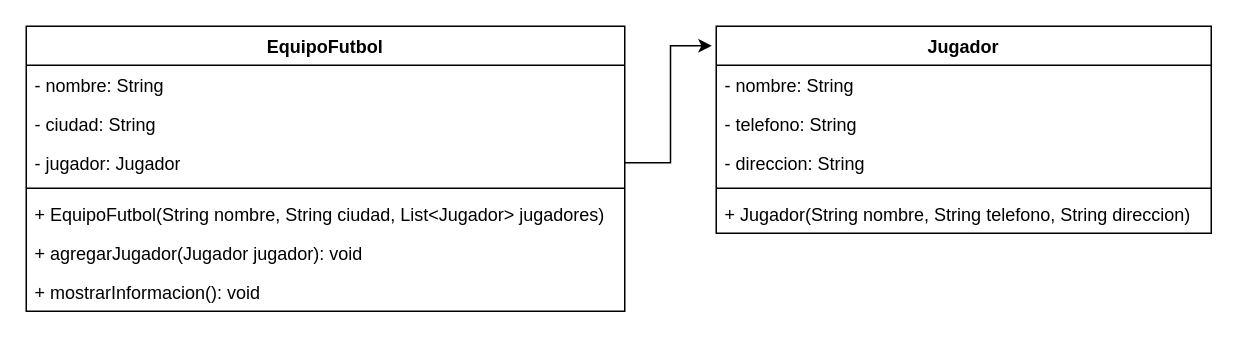
Earlier version of the draw.io diagram src/taller_uno/uml/ejercicio2.drawio (daesvi/Java-Poo). Source tidied: cells renumbered, new cells numbered last; positions are measured from the earlier drawing's top-left corner, leaving out a move shared by most shapes. Both pictures are drawn from the tidied source at 150%, with x=0, y=0 at pixel (26, 26).
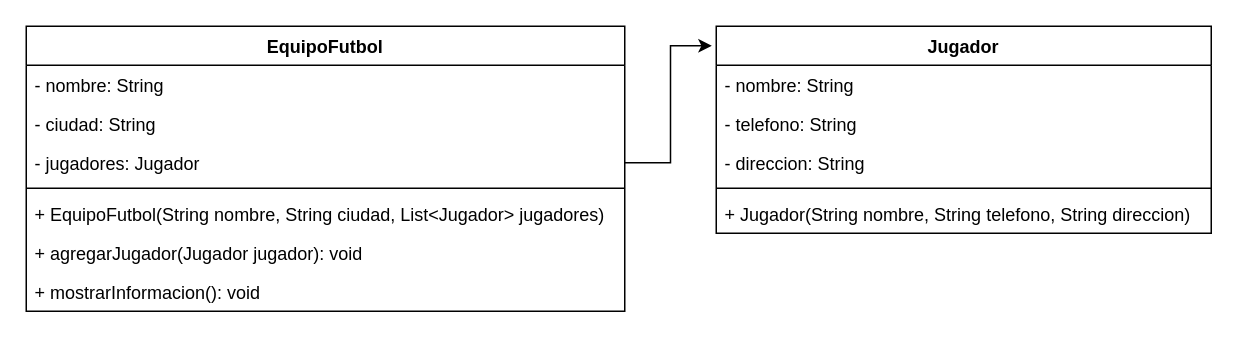
The same page after the edit.

Commit message (it also covers changes not shown here):
Diagrama UML del punto 2 (Equipo de futbol)

Diff of the diagram source:
```diff
@@
 <mxGraphModel>
   <root>
     <mxCell id="0" />
     <mxCell id="1" parent="0" />
     <mxCell id="2" value="EquipoFutbol" style="swimlane;fontStyle=1;align=center;verticalAlign=top;horizontal=1;startSize=26;whiteSpace=wrap;html=1;" parent="1" vertex="1">
       <mxGeometry width="399" height="190" as="geometry" />
     </mxCell>
     <mxCell id="3" value="- nombre: String" style="text;strokeColor=none;fillColor=none;align=left;verticalAlign=top;spacingLeft=4;spacingRight=4;overflow=hidden;whiteSpace=wrap;html=1;" parent="2" vertex="1">
       <mxGeometry y="26" width="399" height="26" as="geometry" />
     </mxCell>
     <mxCell id="4" value="- ciudad: String" style="text;strokeColor=none;fillColor=none;align=left;verticalAlign=top;spacingLeft=4;spacingRight=4;overflow=hidden;whiteSpace=wrap;html=1;" parent="2" vertex="1">
       <mxGeometry y="52" width="399" height="26" as="geometry" />
     </mxCell>
-    <mxCell id="5" value="- jugador: Jugador" style="text;strokeColor=none;fillColor=none;align=left;verticalAlign=top;spacingLeft=4;spacingRight=4;overflow=hidden;points=[[0,0.5],[1,0.5]];portConstraint=eastwest;whiteSpace=wrap;html=1;" parent="2" vertex="1">
+    <mxCell id="5" value="- jugadores: Jugador" style="text;strokeColor=none;fillColor=none;align=left;verticalAlign=top;spacingLeft=4;spacingRight=4;overflow=hidden;points=[[0,0.5],[1,0.5]];portConstraint=eastwest;whiteSpace=wrap;html=1;" parent="2" vertex="1">
       <mxGeometry y="78" width="399" height="26" as="geometry" />
     </mxCell>
     <mxCell id="6" style="line;strokeWidth=1;fillColor=none;align=left;verticalAlign=middle;spacingTop=-1;spacingLeft=3;spacingRight=3;labelPosition=right;strokeColor=inherit;" parent="2" vertex="1">
       <mxGeometry y="104" width="399" height="8" as="geometry" />
     </mxCell>
     <mxCell id="7" value="+ EquipoFutbol(String nombre, String ciudad, List&amp;lt;Jugador&amp;gt; jugadores)" style="text;strokeColor=none;fillColor=none;align=left;verticalAlign=top;spacingLeft=4;spacingRight=4;overflow=hidden;whiteSpace=wrap;html=1;" parent="2" vertex="1">
       <mxGeometry y="112" width="399" height="26" as="geometry" />
     </mxCell>
     <mxCell id="8" value="+ agregarJugador(Jugador jugador): void" style="text;strokeColor=none;fillColor=none;align=left;verticalAlign=top;spacingLeft=4;spacingRight=4;overflow=hidden;whiteSpace=wrap;html=1;" parent="2" vertex="1">
       <mxGeometry y="138" width="399" height="26" as="geometry" />
     </mxCell>
     <mxCell id="9" value="+ mostrarInformacion(): void" style="text;strokeColor=none;fillColor=none;align=left;verticalAlign=top;spacingLeft=4;spacingRight=4;overflow=hidden;whiteSpace=wrap;html=1;" parent="2" vertex="1">
       <mxGeometry y="164" width="399" height="26" as="geometry" />
     </mxCell>
     <mxCell id="10" value="Jugador" style="swimlane;fontStyle=1;align=center;verticalAlign=top;horizontal=1;startSize=26;whiteSpace=wrap;html=1;" parent="1" vertex="1">
       <mxGeometry x="460" width="330" height="138" as="geometry" />
     </mxCell>
     <mxCell id="11" value="- nombre: String" style="text;strokeColor=none;fillColor=none;align=left;verticalAlign=top;spacingLeft=4;spacingRight=4;overflow=hidden;whiteSpace=wrap;html=1;" parent="10" vertex="1">
       <mxGeometry y="26" width="330" height="26" as="geometry" />
     </mxCell>
     <mxCell id="12" value="- telefono: String" style="text;strokeColor=none;fillColor=none;align=left;verticalAlign=top;spacingLeft=4;spacingRight=4;overflow=hidden;whiteSpace=wrap;html=1;" parent="10" vertex="1">
       <mxGeometry y="52" width="330" height="26" as="geometry" />
     </mxCell>
     <mxCell id="13" value="- direccion: String" style="text;strokeColor=none;fillColor=none;align=left;verticalAlign=top;spacingLeft=4;spacingRight=4;overflow=hidden;whiteSpace=wrap;html=1;" parent="10" vertex="1">
       <mxGeometry y="78" width="330" height="26" as="geometry" />
     </mxCell>
     <mxCell id="14" style="line;strokeWidth=1;fillColor=none;align=left;verticalAlign=middle;spacingTop=-1;spacingLeft=3;spacingRight=3;labelPosition=right;strokeColor=inherit;" parent="10" vertex="1">
       <mxGeometry y="104" width="330" height="8" as="geometry" />
     </mxCell>
     <mxCell id="15" value="+ Jugador(String nombre, String telefono, String direccion)" style="text;strokeColor=none;fillColor=none;align=left;verticalAlign=top;spacingLeft=4;spacingRight=4;overflow=hidden;whiteSpace=wrap;html=1;" parent="10" vertex="1">
       <mxGeometry y="112" width="330" height="26" as="geometry" />
     </mxCell>
     <mxCell id="16" style="edgeStyle=orthogonalEdgeStyle;rounded=0;jettySize=auto;html=1;exitX=1;exitY=0.5;exitDx=0;exitDy=0;entryX=-0.009;entryY=0.094;entryDx=0;entryDy=0;entryPerimeter=0;" parent="1" edge="1" source="5" target="10">
       <mxGeometry relative="1" as="geometry" />
     </mxCell>
   </root>
 </mxGraphModel>
```
